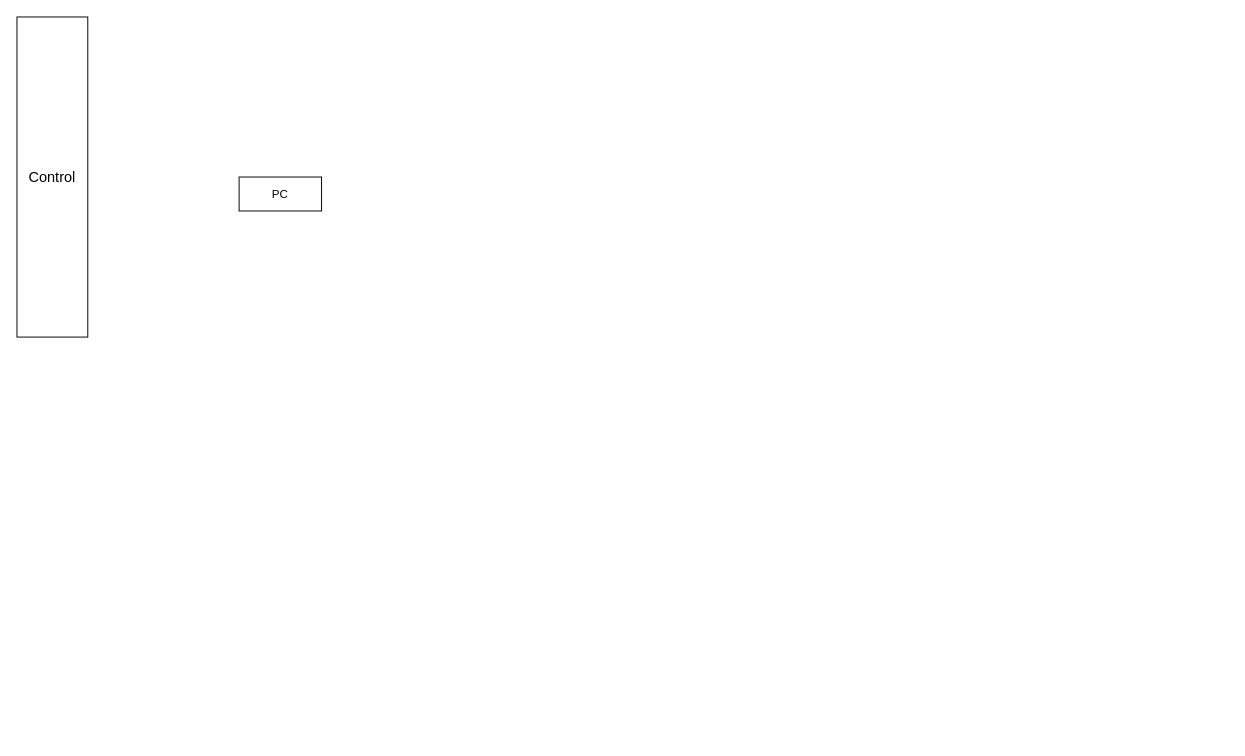
Before: CPU.drawio in ZYNsama666/BackUp, a draw.io diagram. Source tidied: cells renumbered, new cells numbered last; positions are measured from the earlier drawing's top-left corner, leaving out a move shared by most shapes. Both pictures are drawn from the tidied source at 97%, with x=0, y=0 at pixel (16, 16).
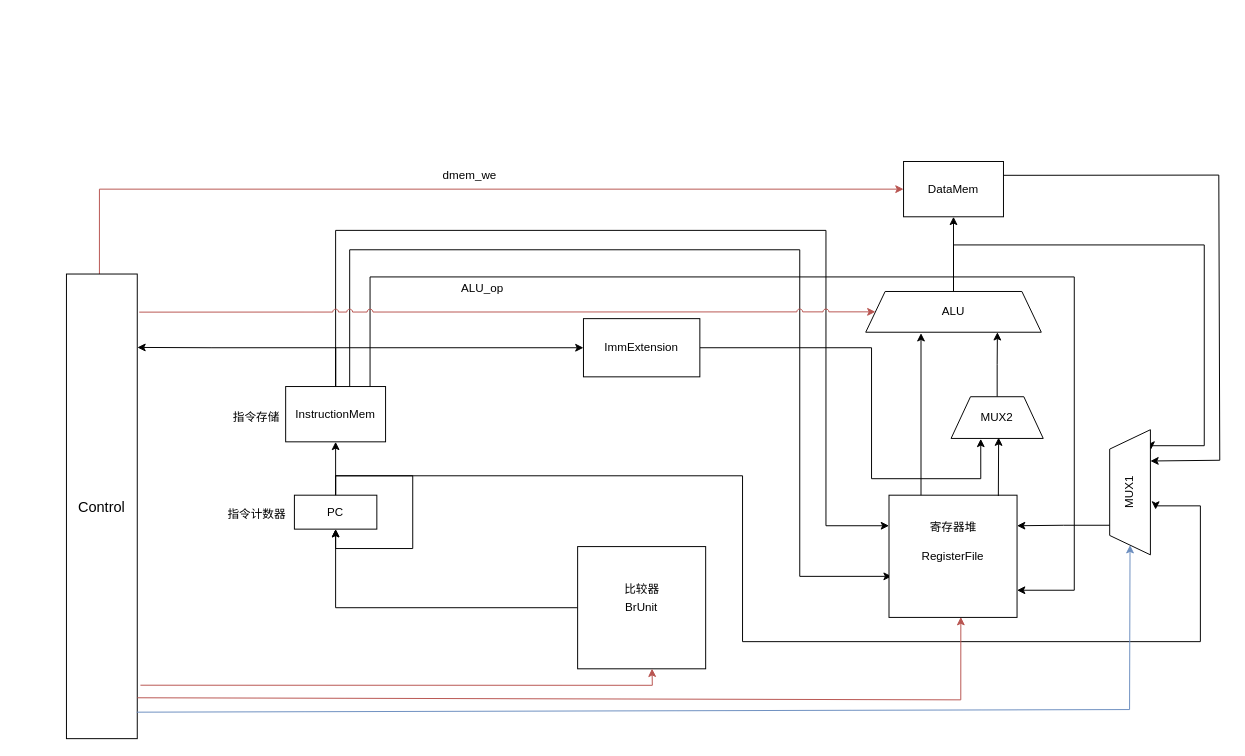
The same page after the edit.

Diff of the diagram source:
```diff
@@
+    <mxCell id="4" style="edgeStyle=orthogonalEdgeStyle;rounded=0;jettySize=auto;html=1;entryX=0;entryY=0.5;entryDx=0;entryDy=0;fillColor=#f8cecc;strokeColor=#b85450;" parent="1" edge="1" source="2" target="25">
+      <mxGeometry relative="1" as="geometry">
+        <Array as="points">
+          <mxPoint x="85" y="178" />
+        </Array>
+      </mxGeometry>
+    </mxCell>
     <mxCell id="2" value="&lt;font style=&quot;font-size: 15px;&quot;&gt;Control&lt;/font&gt;" style="rounded=0;whiteSpace=wrap;html=1;" parent="1" vertex="1">
-      <mxGeometry width="73" height="330" as="geometry" />
+      <mxGeometry x="51" y="265" width="73" height="479" as="geometry" />
     </mxCell>
+    <mxCell id="5" style="edgeStyle=orthogonalEdgeStyle;rounded=0;jettySize=auto;html=1;entryX=0.5;entryY=1;entryDx=0;entryDy=0;" parent="1" edge="1" source="3" target="12">
+      <mxGeometry relative="1" as="geometry" />
+    </mxCell>
+    <mxCell id="6" style="edgeStyle=orthogonalEdgeStyle;rounded=0;jettySize=auto;html=1;entryX=0.362;entryY=1.128;entryDx=0;entryDy=0;entryPerimeter=0;" parent="1" edge="1" source="3" target="29">
+      <mxGeometry relative="1" as="geometry">
+        <Array as="points">
+          <mxPoint x="329" y="473" />
+          <mxPoint x="748" y="473" />
+          <mxPoint x="748" y="644" />
+          <mxPoint x="1220" y="644" />
+          <mxPoint x="1220" y="504" />
+        </Array>
+      </mxGeometry>
+    </mxCell>
     <mxCell id="3" value="PC" style="rounded=0;whiteSpace=wrap;html=1;" parent="1" vertex="1">
-      <mxGeometry x="229" y="165" width="85" height="35" as="geometry" />
+      <mxGeometry x="286" y="493" width="85" height="35" as="geometry" />
     </mxCell>
+    <mxCell id="7" style="edgeStyle=orthogonalEdgeStyle;rounded=0;jettySize=auto;html=1;entryX=1.002;entryY=0.158;entryDx=0;entryDy=0;entryPerimeter=0;" parent="1" edge="1" source="12" target="2">
+      <mxGeometry relative="1" as="geometry">
+        <Array as="points">
+          <mxPoint x="329" y="341" />
+          <mxPoint x="201" y="341" />
+        </Array>
+      </mxGeometry>
+    </mxCell>
+    <mxCell id="8" style="edgeStyle=orthogonalEdgeStyle;rounded=0;jettySize=auto;html=1;entryX=0;entryY=0.5;entryDx=0;entryDy=0;" parent="1" edge="1" source="12" target="35">
+      <mxGeometry relative="1" as="geometry">
+        <Array as="points">
+          <mxPoint x="329" y="341" />
+        </Array>
+      </mxGeometry>
+    </mxCell>
+    <mxCell id="9" style="edgeStyle=orthogonalEdgeStyle;rounded=0;jettySize=auto;html=1;entryX=0;entryY=0.25;entryDx=0;entryDy=0;jumpStyle=arc;" parent="1" edge="1" source="12" target="16">
+      <mxGeometry relative="1" as="geometry">
+        <Array as="points">
+          <mxPoint x="329" y="220" />
+          <mxPoint x="834" y="220" />
+          <mxPoint x="834" y="524" />
+          <mxPoint x="899" y="524" />
+        </Array>
+      </mxGeometry>
+    </mxCell>
+    <mxCell id="10" style="edgeStyle=orthogonalEdgeStyle;rounded=0;jettySize=auto;html=1;entryX=0.021;entryY=0.664;entryDx=0;entryDy=0;entryPerimeter=0;" parent="1" edge="1" source="12" target="16">
+      <mxGeometry relative="1" as="geometry">
+        <Array as="points">
+          <mxPoint x="343" y="240" />
+          <mxPoint x="807" y="240" />
+          <mxPoint x="807" y="577" />
+        </Array>
+      </mxGeometry>
+    </mxCell>
+    <mxCell id="11" style="edgeStyle=orthogonalEdgeStyle;rounded=0;jettySize=auto;html=1;" parent="1" edge="1" source="12" target="16">
+      <mxGeometry relative="1" as="geometry">
+        <Array as="points">
+          <mxPoint x="364" y="268" />
+          <mxPoint x="1090" y="268" />
+          <mxPoint x="1090" y="591" />
+        </Array>
+      </mxGeometry>
+    </mxCell>
+    <mxCell id="12" value="InstructionMem" style="rounded=0;whiteSpace=wrap;html=1;" parent="1" vertex="1">
+      <mxGeometry x="277" y="381" width="103" height="57" as="geometry" />
+    </mxCell>
+    <mxCell id="13" style="edgeStyle=orthogonalEdgeStyle;rounded=0;jettySize=auto;html=1;entryX=0.5;entryY=1;entryDx=0;entryDy=0;" parent="1" edge="1" source="14" target="3">
+      <mxGeometry relative="1" as="geometry" />
+    </mxCell>
+    <mxCell id="14" value="BrUnit" style="rounded=0;whiteSpace=wrap;html=1;" parent="1" vertex="1">
+      <mxGeometry x="578" y="546" width="132" height="126" as="geometry" />
+    </mxCell>
+    <mxCell id="15" style="edgeStyle=orthogonalEdgeStyle;rounded=0;orthogonalLoop=1;jettySize=auto;html=1;entryX=0.5;entryY=1;entryDx=0;entryDy=0;" parent="1" edge="1" source="3" target="3">
+      <mxGeometry relative="1" as="geometry">
+        <Array as="points">
+          <mxPoint x="328" y="473" />
+          <mxPoint x="408" y="473" />
+          <mxPoint x="408" y="548" />
+          <mxPoint x="328" y="548" />
+        </Array>
+      </mxGeometry>
+    </mxCell>
+    <mxCell id="16" value="RegisterFile" style="rounded=0;whiteSpace=wrap;html=1;" parent="1" vertex="1">
+      <mxGeometry x="899" y="493" width="132" height="126" as="geometry" />
+    </mxCell>
+    <mxCell id="17" value="指令存储" style="text;html=1;strokeColor=none;fillColor=none;align=center;verticalAlign=middle;whiteSpace=wrap;rounded=0;" parent="1" vertex="1">
+      <mxGeometry x="217" y="398" width="60" height="30" as="geometry" />
+    </mxCell>
+    <mxCell id="18" value="指令计数器" style="text;html=1;strokeColor=none;fillColor=none;align=center;verticalAlign=middle;whiteSpace=wrap;rounded=0;" parent="1" vertex="1">
+      <mxGeometry x="213.5" y="498" width="67" height="30" as="geometry" />
+    </mxCell>
+    <mxCell id="19" value="比较器" style="text;html=1;strokeColor=none;fillColor=none;align=center;verticalAlign=middle;whiteSpace=wrap;rounded=0;" parent="1" vertex="1">
+      <mxGeometry x="610.5" y="575" width="67" height="30" as="geometry" />
+    </mxCell>
+    <mxCell id="20" value="寄存器堆" style="text;html=1;strokeColor=none;fillColor=none;align=center;verticalAlign=middle;whiteSpace=wrap;rounded=0;" parent="1" vertex="1">
+      <mxGeometry x="932" y="511" width="67" height="30" as="geometry" />
+    </mxCell>
+    <mxCell id="21" style="edgeStyle=orthogonalEdgeStyle;rounded=0;jettySize=auto;html=1;entryX=0.5;entryY=1;entryDx=0;entryDy=0;" parent="1" edge="1" source="23" target="25">
+      <mxGeometry relative="1" as="geometry" />
+    </mxCell>
+    <mxCell id="22" style="edgeStyle=orthogonalEdgeStyle;rounded=0;jettySize=auto;html=1;entryX=0.841;entryY=1.015;entryDx=0;entryDy=0;entryPerimeter=0;" parent="1" edge="1" source="23" target="29">
+      <mxGeometry relative="1" as="geometry">
+        <Array as="points">
+          <mxPoint x="966" y="235" />
+          <mxPoint x="1224" y="235" />
+          <mxPoint x="1224" y="442" />
+        </Array>
+      </mxGeometry>
+    </mxCell>
+    <mxCell id="23" value="ALU" style="shape=trapezoid;perimeter=trapezoidPerimeter;whiteSpace=wrap;html=1;fixedSize=1;" parent="1" vertex="1">
+      <mxGeometry x="875" y="283" width="181" height="42" as="geometry" />
+    </mxCell>
+    <mxCell id="24" style="endArrow=classic;html=1;rounded=0;exitX=0.25;exitY=0;exitDx=0;exitDy=0;" parent="1" edge="1" source="16">
+      <mxGeometry relative="1" as="geometry">
+        <mxPoint x="932" y="326" as="targetPoint" />
+      </mxGeometry>
+    </mxCell>
+    <mxCell id="25" value="DataMem" style="rounded=0;whiteSpace=wrap;html=1;" parent="1" vertex="1">
+      <mxGeometry x="914" y="149" width="103" height="57" as="geometry" />
+    </mxCell>
+    <mxCell id="26" value="ALU_op" style="text;html=1;strokeColor=none;fillColor=none;align=center;verticalAlign=middle;whiteSpace=wrap;rounded=0;" parent="1" vertex="1">
+      <mxGeometry x="450" y="265" width="60" height="30" as="geometry" />
+    </mxCell>
+    <mxCell id="27" value="dmem_we" style="text;html=1;strokeColor=none;fillColor=none;align=center;verticalAlign=middle;whiteSpace=wrap;rounded=0;" parent="1" vertex="1">
+      <mxGeometry x="437" y="149" width="60" height="30" as="geometry" />
+    </mxCell>
+    <mxCell id="28" style="edgeStyle=orthogonalEdgeStyle;rounded=0;jettySize=auto;html=1;entryX=1;entryY=0.25;entryDx=0;entryDy=0;" parent="1" edge="1" source="29" target="16">
+      <mxGeometry relative="1" as="geometry">
+        <Array as="points">
+          <mxPoint x="1148" y="524" />
+          <mxPoint x="1079" y="524" />
+        </Array>
+      </mxGeometry>
+    </mxCell>
+    <mxCell id="29" value="MUX1" style="shape=trapezoid;perimeter=trapezoidPerimeter;whiteSpace=wrap;html=1;fixedSize=1;rotation=-90;" parent="1" vertex="1">
+      <mxGeometry x="1083" y="469" width="129" height="42" as="geometry" />
+    </mxCell>
+    <mxCell id="30" style="endArrow=classic;html=1;rounded=0;exitX=1;exitY=0.25;exitDx=0;exitDy=0;entryX=0.75;entryY=1;entryDx=0;entryDy=0;" parent="1" edge="1" source="25" target="29">
+      <mxGeometry relative="1" as="geometry">
+        <Array as="points">
+          <mxPoint x="1239" y="163" />
+          <mxPoint x="1240" y="457" />
+        </Array>
+      </mxGeometry>
+    </mxCell>
+    <mxCell id="31" style="endArrow=classic;html=1;rounded=0;exitX=0.992;exitY=0.943;exitDx=0;exitDy=0;exitPerimeter=0;entryX=0;entryY=0.5;entryDx=0;entryDy=0;fillColor=#dae8fc;strokeColor=#6c8ebf;" parent="1" edge="1" source="2" target="29">
+      <mxGeometry relative="1" as="geometry">
+        <Array as="points">
+          <mxPoint x="1147" y="714" />
+        </Array>
+      </mxGeometry>
+    </mxCell>
+    <mxCell id="32" style="endArrow=classic;html=1;rounded=0;exitX=1.002;exitY=0.912;exitDx=0;exitDy=0;exitPerimeter=0;entryX=0.561;entryY=0.997;entryDx=0;entryDy=0;entryPerimeter=0;fillColor=#f8cecc;strokeColor=#b85450;" parent="1" edge="1" source="2" target="16">
+      <mxGeometry relative="1" as="geometry">
+        <Array as="points">
+          <mxPoint x="973" y="704" />
+        </Array>
+      </mxGeometry>
+    </mxCell>
+    <mxCell id="33" style="endArrow=classic;html=1;rounded=0;exitX=1.045;exitY=0.885;exitDx=0;exitDy=0;exitPerimeter=0;entryX=0.581;entryY=0.999;entryDx=0;entryDy=0;entryPerimeter=0;fillColor=#f8cecc;strokeColor=#b85450;" parent="1" edge="1" source="2" target="14">
+      <mxGeometry relative="1" as="geometry">
+        <Array as="points">
+          <mxPoint x="655" y="689" />
+        </Array>
+      </mxGeometry>
+    </mxCell>
+    <mxCell id="34" style="edgeStyle=orthogonalEdgeStyle;rounded=0;jettySize=auto;html=1;entryX=0.322;entryY=1.01;entryDx=0;entryDy=0;entryPerimeter=0;" parent="1" edge="1" source="35" target="38">
+      <mxGeometry relative="1" as="geometry">
+        <Array as="points">
+          <mxPoint x="881" y="341" />
+          <mxPoint x="881" y="476" />
+          <mxPoint x="994" y="476" />
+        </Array>
+      </mxGeometry>
+    </mxCell>
+    <mxCell id="35" value="ImmExtension" style="rounded=0;whiteSpace=wrap;html=1;" parent="1" vertex="1">
+      <mxGeometry x="584" y="311" width="120" height="60" as="geometry" />
+    </mxCell>
+    <mxCell id="36" style="endArrow=classic;html=1;rounded=0;exitX=1.028;exitY=0.082;exitDx=0;exitDy=0;exitPerimeter=0;entryX=0;entryY=0.5;entryDx=0;entryDy=0;fillColor=#f8cecc;strokeColor=#b85450;jumpStyle=arc;" parent="1" edge="1" source="2" target="23">
+      <mxGeometry relative="1" as="geometry" />
+    </mxCell>
+    <mxCell id="37" style="edgeStyle=orthogonalEdgeStyle;rounded=0;jettySize=auto;html=1;entryX=0.75;entryY=1;entryDx=0;entryDy=0;" parent="1" edge="1" source="38" target="23">
+      <mxGeometry relative="1" as="geometry" />
+    </mxCell>
+    <mxCell id="38" value="MUX2" style="shape=trapezoid;perimeter=trapezoidPerimeter;whiteSpace=wrap;html=1;fixedSize=1;rotation=0;" parent="1" vertex="1">
+      <mxGeometry x="963" y="391.5" width="95" height="43" as="geometry" />
+    </mxCell>
+    <mxCell id="39" style="endArrow=classic;html=1;rounded=0;exitX=0.854;exitY=0.006;exitDx=0;exitDy=0;exitPerimeter=0;entryX=0.516;entryY=0.979;entryDx=0;entryDy=0;entryPerimeter=0;" parent="1" edge="1" source="16" target="38">
+      <mxGeometry relative="1" as="geometry" />
+    </mxCell>
```
